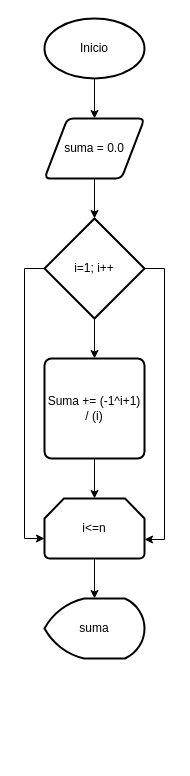
Above: Ejercicio-7.drawio in JorgeMartinezSanchez/DDF-exercises-2-intro-progra (draw.io), before the change. Source tidied: cells renumbered, new cells numbered last; positions are measured from the earlier drawing's top-left corner, leaving out a move shared by most shapes. Both pictures are drawn from the tidied source at 100%, with x=0, y=0 at pixel (24, 18).
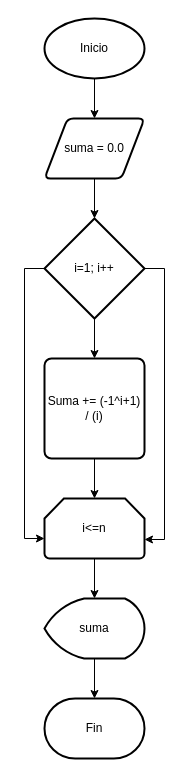
Above is the later version.

Unchanged cells that the change refers to:
```xml
<mxCell id="14" value="suma" style="strokeWidth=2;html=1;shape=mxgraph.flowchart.display;whiteSpace=wrap;" parent="1" vertex="1">
  <mxGeometry x="20" y="580" width="100" height="60" as="geometry" />
</mxCell>
```

Change to the diagram source:
```diff
@@
+    <mxCell id="15" style="edgeStyle=orthogonalEdgeStyle;rounded=0;jettySize=auto;html=1;" parent="1" edge="1" source="14" target="16">
+      <mxGeometry relative="1" as="geometry" />
+    </mxCell>
@@
+    <mxCell id="16" value="Fin" style="strokeWidth=2;html=1;shape=mxgraph.flowchart.terminator;whiteSpace=wrap;" parent="1" vertex="1">
+      <mxGeometry x="20" y="680" width="100" height="60" as="geometry" />
+    </mxCell>
```
